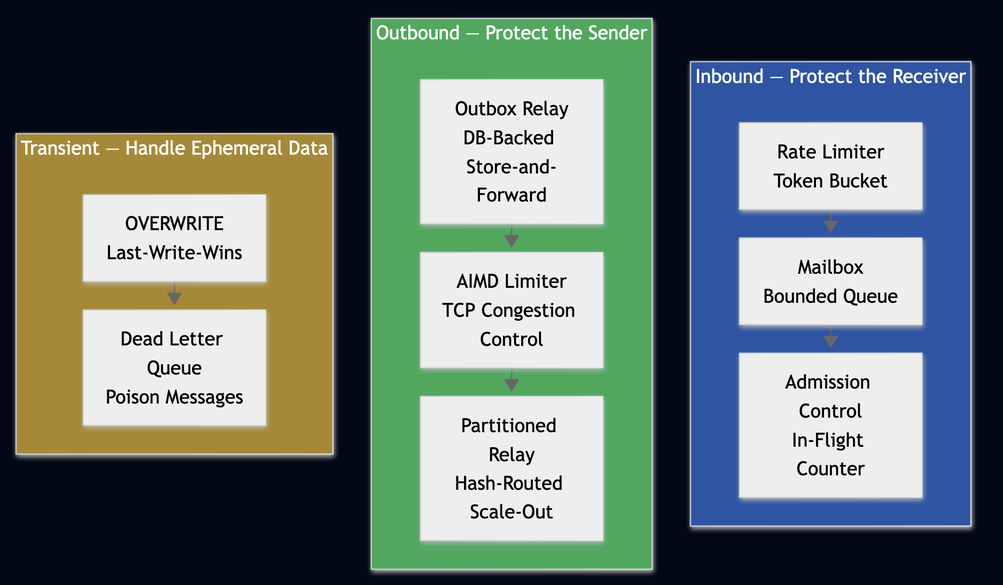
This is images/flow-design.png from bhatti/weblog, a Mermaid export, as it was before one commit. Its source is kept beside it as images/flow-design.mmd. The source it was exported from:
```mermaid
flowchart TB
    subgraph Inbound["Inbound — Protect the Receiver"]
        RL["Rate Limiter\nToken Bucket"] --> MB["Mailbox\nBounded Queue"] --> AC["Admission Control\nIn-Flight Counter"]
    end
    subgraph Outbound["Outbound — Protect the Sender"]
        OB["Outbox Relay\nDB-Backed Store-and-Forward"] --> CL["AIMD Limiter\nTCP Congestion Control"] --> PR["Partitioned Relay\nHash-Routed Scale-Out"]
    end
    subgraph Transient["Transient — Handle Ephemeral Data"]
        LWW["OVERWRITE\nLast-Write-Wins"] --> DLQ["Dead Letter Queue\nPoison Messages"]
    end
    style Inbound fill:#2255aa,color:#fff
    style Outbound fill:#22aa55,color:#fff
    style Transient fill:#aa8822,color:#fff
```
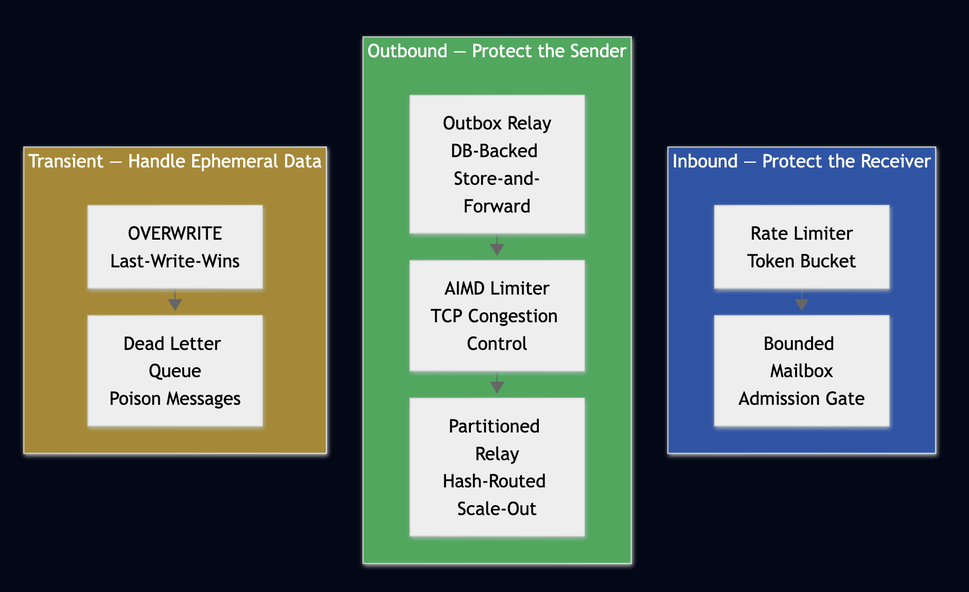
After the change.

Diff of the diagram source:
```diff
@@ -1,6 +1,6 @@
 flowchart TB
     subgraph Inbound["Inbound — Protect the Receiver"]
-        RL["Rate Limiter\nToken Bucket"] --> MB["Mailbox\nBounded Queue"] --> AC["Admission Control\nIn-Flight Counter"]
+        RL["Rate Limiter\nToken Bucket"] --> MB["Bounded Mailbox\nAdmission Gate"]
     end
     subgraph Outbound["Outbound — Protect the Sender"]
         OB["Outbox Relay\nDB-Backed Store-and-Forward"] --> CL["AIMD Limiter\nTCP Congestion Control"] --> PR["Partitioned Relay\nHash-Routed Scale-Out"]
```
